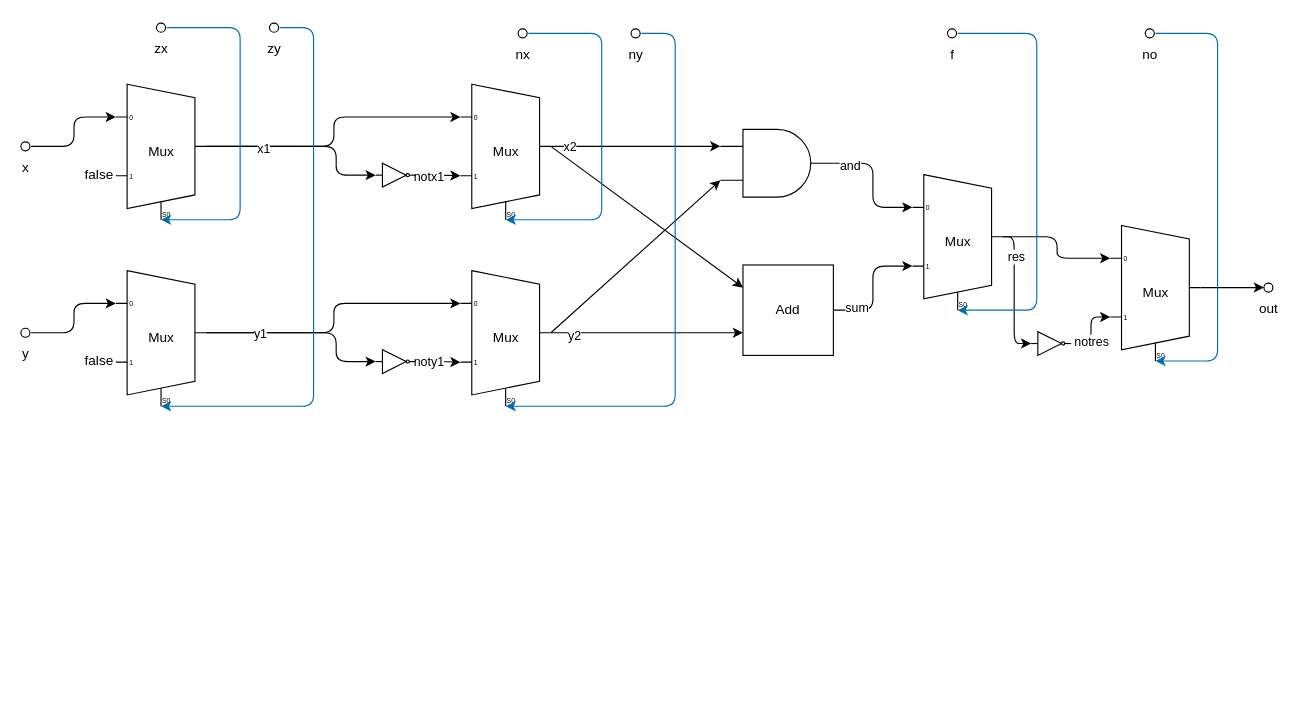
The draw.io diagram blueprints/ALU.drawio in xianghao-wang/nand2tetris, before the edit. Source tidied: cells renumbered, new cells numbered last; positions are measured from the earlier drawing's top-left corner, leaving out a move shared by most shapes. Both pictures are drawn from the tidied source at 113%, with x=0, y=0 at pixel (19, 21).
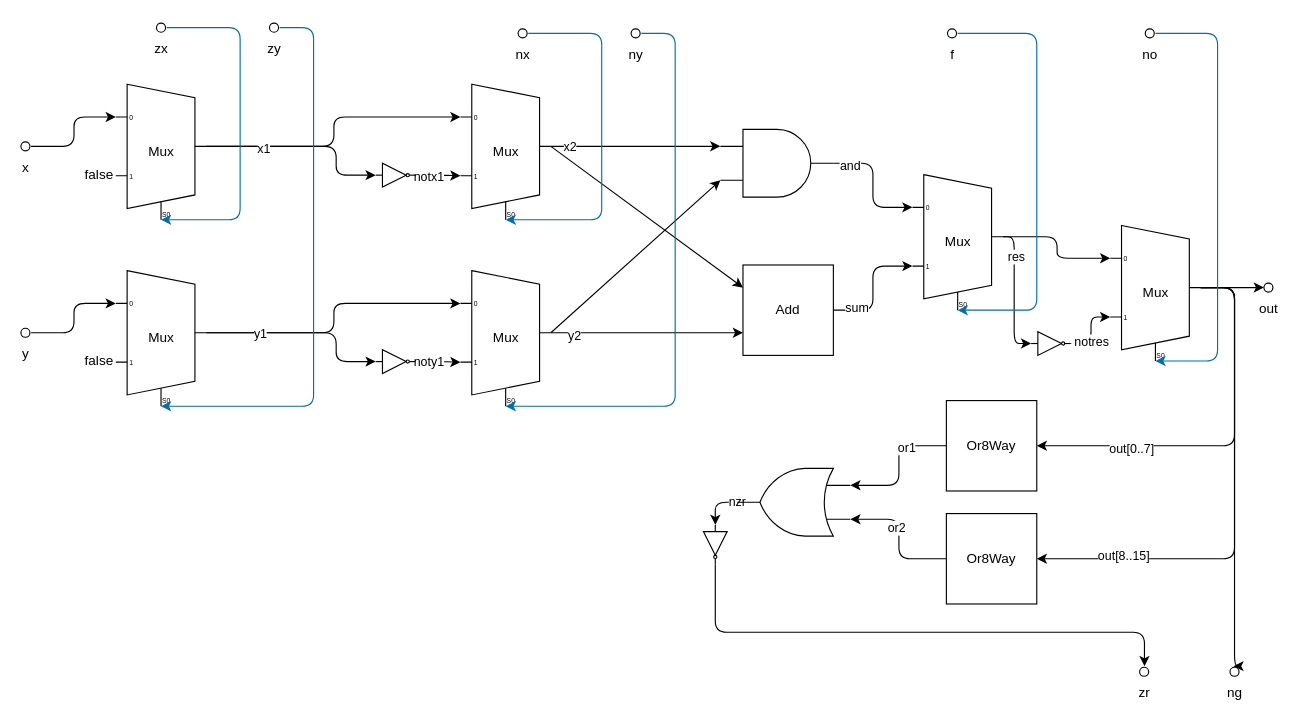
Above is the later version.

Commit message (it also covers changes not shown here):
add states to ALU gate

Unchanged cells that the change refers to:
```xml
<mxCell id="54" value="Mux" style="shadow=0;dashed=0;align=center;html=1;strokeWidth=1;shape=mxgraph.electrical.abstract.mux2;" parent="1" vertex="1">
  <mxGeometry x="965" y="180" width="80" height="120" as="geometry" />
</mxCell>
```

What changed in the source:
```diff
@@
+    <mxCell id="58" style="edgeStyle=elbowEdgeStyle;html=1;exitX=1;exitY=0.5;exitDx=0;exitDy=-5;exitPerimeter=0;entryX=1;entryY=0.5;entryDx=0;entryDy=0;" parent="1" edge="1" source="54" target="65">
+      <mxGeometry relative="1" as="geometry">
+        <Array as="points">
+          <mxPoint x="1075" y="345" />
+        </Array>
+      </mxGeometry>
+    </mxCell>
+    <mxCell id="59" value="out[0..7]" style="edgeLabel;html=1;align=center;verticalAlign=middle;" parent="58" vertex="1">
+      <mxGeometry x="0.52" y="2" relative="1" as="geometry" />
+    </mxCell>
+    <mxCell id="60" style="edgeStyle=elbowEdgeStyle;html=1;exitX=1;exitY=0.5;exitDx=0;exitDy=-5;exitPerimeter=0;entryX=1;entryY=0.5;entryDx=0;entryDy=0;" parent="1" edge="1" source="54" target="68">
+      <mxGeometry relative="1" as="geometry">
+        <Array as="points">
+          <mxPoint x="1075" y="355" />
+        </Array>
+      </mxGeometry>
+    </mxCell>
+    <mxCell id="61" value="out[8..15]" style="edgeLabel;html=1;align=center;verticalAlign=middle;" parent="60" vertex="1">
+      <mxGeometry x="0.66" y="-3" relative="1" as="geometry" />
+    </mxCell>
+    <mxCell id="62" style="edgeStyle=elbowEdgeStyle;html=1;exitX=1;exitY=0.5;exitDx=0;exitDy=-5;exitPerimeter=0;entryX=0.4;entryY=0;entryDx=0;entryDy=0;entryPerimeter=0;" parent="1" edge="1" source="54" target="74">
+      <mxGeometry relative="1" as="geometry">
+        <Array as="points">
+          <mxPoint x="1075" y="415" />
+        </Array>
+      </mxGeometry>
+    </mxCell>
@@
+    <mxCell id="63" style="edgeStyle=elbowEdgeStyle;html=1;entryX=0;entryY=0.75;entryDx=0;entryDy=0;entryPerimeter=0;" parent="1" edge="1" source="65" target="72">
+      <mxGeometry relative="1" as="geometry" />
+    </mxCell>
+    <mxCell id="64" value="or1" style="edgeLabel;html=1;align=center;verticalAlign=middle;" parent="63" vertex="1">
+      <mxGeometry x="-0.4" y="1" relative="1" as="geometry" />
+    </mxCell>
+    <mxCell id="65" value="Or8Way" style="whiteSpace=wrap;html=1;" parent="1" vertex="1">
+      <mxGeometry x="820" y="335" width="80" height="80" as="geometry" />
+    </mxCell>
+    <mxCell id="66" style="edgeStyle=elbowEdgeStyle;html=1;entryX=0;entryY=0.25;entryDx=0;entryDy=0;entryPerimeter=0;" parent="1" edge="1" source="68" target="72">
+      <mxGeometry relative="1" as="geometry" />
+    </mxCell>
+    <mxCell id="67" value="or2" style="edgeLabel;html=1;align=center;verticalAlign=middle;" parent="66" vertex="1">
+      <mxGeometry x="0.17" y="3" relative="1" as="geometry" />
+    </mxCell>
+    <mxCell id="68" value="Or8Way" style="whiteSpace=wrap;html=1;" parent="1" vertex="1">
+      <mxGeometry x="820" y="435" width="80" height="80" as="geometry" />
+    </mxCell>
+    <mxCell id="69" style="edgeStyle=elbowEdgeStyle;html=1;entryX=0.529;entryY=0;entryDx=0;entryDy=0;entryPerimeter=0;elbow=vertical;exitX=1;exitY=0.5;exitDx=0;exitDy=0;exitPerimeter=0;" parent="1" edge="1" source="75" target="73">
+      <mxGeometry relative="1" as="geometry">
+        <Array as="points">
+          <mxPoint x="810" y="540" />
+        </Array>
+      </mxGeometry>
+    </mxCell>
+    <mxCell id="70" style="edgeStyle=elbowEdgeStyle;elbow=vertical;html=1;exitX=1;exitY=0.5;exitDx=0;exitDy=0;exitPerimeter=0;entryX=0;entryY=0.5;entryDx=0;entryDy=0;entryPerimeter=0;" parent="1" edge="1" source="72" target="75">
+      <mxGeometry relative="1" as="geometry">
+        <Array as="points">
+          <mxPoint x="625" y="425" />
+        </Array>
+      </mxGeometry>
+    </mxCell>
+    <mxCell id="71" value="nzr" style="edgeLabel;html=1;align=center;verticalAlign=middle;" parent="70" vertex="1">
+      <mxGeometry x="-0.94" y="-1" relative="1" as="geometry" />
+    </mxCell>
+    <mxCell id="72" style="verticalLabelPosition=bottom;shadow=0;dashed=0;align=center;html=1;verticalAlign=top;shape=mxgraph.electrical.logic_gates.logic_gate;operation=or;direction=west;" parent="1" vertex="1">
+      <mxGeometry x="635" y="395" width="100" height="60" as="geometry" />
+    </mxCell>
+    <mxCell id="73" value="zr" style="verticalLabelPosition=bottom;shadow=0;dashed=0;align=center;html=1;verticalAlign=top;shape=mxgraph.electrical.logic_gates.inverting_contact;" parent="1" vertex="1">
+      <mxGeometry x="990" y="570" width="10" height="10" as="geometry" />
+    </mxCell>
+    <mxCell id="74" value="ng" style="verticalLabelPosition=bottom;shadow=0;dashed=0;align=center;html=1;verticalAlign=top;shape=mxgraph.electrical.logic_gates.inverting_contact;" parent="1" vertex="1">
+      <mxGeometry x="1070" y="570" width="10" height="10" as="geometry" />
+    </mxCell>
+    <mxCell id="75" style="verticalLabelPosition=bottom;shadow=0;dashed=0;align=center;html=1;verticalAlign=top;shape=mxgraph.electrical.logic_gates.inverter_2;direction=south;" parent="1" vertex="1">
+      <mxGeometry x="605" y="445" width="21" height="35" as="geometry" />
+    </mxCell>
```
